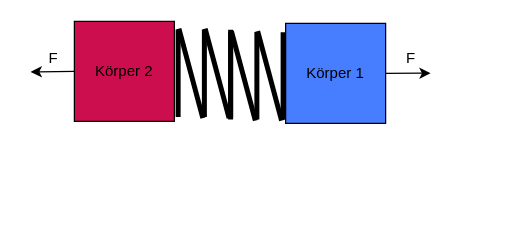
Before: Semesterprojekt/Würfel.drawio in Ilimea/physik, a draw.io diagram. Source tidied: cells renumbered, new cells numbered last; positions are measured from the earlier drawing's top-left corner, leaving out a move shared by most shapes. Both pictures are drawn from the tidied source at 125%, with x=0, y=0 at pixel (30, 21).
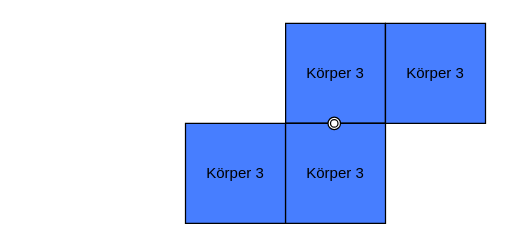
After the change.

Diff of the diagram source:
```diff
@@
-    <mxCell id="2" value="Körper 1" style="whiteSpace=wrap;html=1;colour=blue;fillColor=#477EFF;" parent="1" vertex="1">
-      <mxGeometry x="204" y="1.2" width="80" height="80" as="geometry" />
+    <mxCell id="2" value="Körper 3" style="whiteSpace=wrap;html=1;colour=blue;fillColor=#477EFF;" parent="1" vertex="1">
+      <mxGeometry x="204" y="1.2" width="79.8" height="79.8" as="geometry" />
     </mxCell>
-    <mxCell id="3" value="Körper 2" style="whiteSpace=wrap;html=1;fillColor=#CC0E4E;" parent="1" vertex="1">
-      <mxGeometry x="35" y="-0.4" width="80" height="80" as="geometry" />
-    </mxCell>
-    <mxCell id="4" style="group;" parent="1" vertex="1">
-      <mxGeometry x="113" y="4.2" width="52" height="74.1" as="geometry" />
-    </mxCell>
-    <mxCell id="5" style="line;strokeWidth=4;direction=south;html=1;perimeter=backbonePerimeter;" parent="4" vertex="1">
-      <mxGeometry y="1.9" width="10" height="70" as="geometry" />
-    </mxCell>
-    <mxCell id="6" style="line;strokeWidth=4;direction=west;html=1;perimeter=backbonePerimeter;rotation=75;" parent="4" vertex="1">
-      <mxGeometry x="-21.8" y="32" width="74" height="10" as="geometry" />
-    </mxCell>
-    <mxCell id="7" style="line;strokeWidth=4;direction=south;html=1;perimeter=backbonePerimeter;" parent="4" vertex="1">
-      <mxGeometry x="42" y="2.1" width="10" height="70" as="geometry" />
-    </mxCell>
-    <mxCell id="8" style="line;strokeWidth=4;direction=south;html=1;perimeter=backbonePerimeter;" parent="4" vertex="1">
-      <mxGeometry x="21" y="1.9" width="10" height="70" as="geometry" />
-    </mxCell>
-    <mxCell id="9" style="line;strokeWidth=4;direction=west;html=1;perimeter=backbonePerimeter;rotation=75;" parent="4" vertex="1">
-      <mxGeometry x="-0.8" y="32" width="74" height="10" as="geometry" />
-    </mxCell>
-    <mxCell id="10" style="group;" parent="1" vertex="1">
-      <mxGeometry x="155" y="6.2" width="52" height="74.1" as="geometry" />
-    </mxCell>
-    <mxCell id="11" style="line;strokeWidth=4;direction=south;html=1;perimeter=backbonePerimeter;" parent="10" vertex="1">
-      <mxGeometry y="1.9" width="10" height="70" as="geometry" />
-    </mxCell>
-    <mxCell id="12" style="line;strokeWidth=4;direction=west;html=1;perimeter=backbonePerimeter;rotation=75;" parent="10" vertex="1">
-      <mxGeometry x="-21.8" y="32" width="74" height="10" as="geometry" />
-    </mxCell>
-    <mxCell id="13" style="line;strokeWidth=4;direction=south;html=1;perimeter=backbonePerimeter;" parent="10" vertex="1">
-      <mxGeometry x="42" y="2.1" width="10" height="70" as="geometry" />
-    </mxCell>
-    <mxCell id="14" style="line;strokeWidth=4;direction=south;html=1;perimeter=backbonePerimeter;" parent="10" vertex="1">
-      <mxGeometry x="21" y="1.9" width="10" height="70" as="geometry" />
-    </mxCell>
-    <mxCell id="15" style="line;strokeWidth=4;direction=west;html=1;perimeter=backbonePerimeter;rotation=75;" parent="10" vertex="1">
-      <mxGeometry x="-0.8" y="32" width="74" height="10" as="geometry" />
-    </mxCell>
-    <mxCell id="16" style="endArrow=classic;html=1;exitX=1;exitY=0.5;exitDx=0;exitDy=0;" parent="1" edge="1" source="2">
-      <mxGeometry relative="1" as="geometry">
-        <mxPoint x="320" y="41" as="targetPoint" />
-      </mxGeometry>
-    </mxCell>
-    <mxCell id="17" style="endArrow=classic;html=1;exitX=0;exitY=0.5;exitDx=0;exitDy=0;" parent="1" edge="1" source="3">
-      <mxGeometry relative="1" as="geometry">
-        <mxPoint y="40" as="targetPoint" />
-      </mxGeometry>
-    </mxCell>
-    <mxCell id="18" value="F" style="text;html=1;align=center;verticalAlign=middle;" parent="1" vertex="1">
-      <mxGeometry x="294" y="19" width="20" height="20" as="geometry" />
-    </mxCell>
-    <mxCell id="19" value="F" style="text;html=1;align=center;verticalAlign=middle;" parent="1" vertex="1">
-      <mxGeometry x="8" y="19" width="20" height="20" as="geometry" />
-    </mxCell>
+    <mxCell id="20" value="Körper 3" style="whiteSpace=wrap;html=1;colour=blue;fillColor=#477EFF;" parent="1" vertex="1">
+      <mxGeometry x="203.9" y="81.2" width="80" height="80" as="geometry" />
+    </mxCell>
+    <mxCell id="21" value="Körper 3" style="whiteSpace=wrap;html=1;colour=blue;fillColor=#477EFF;" parent="1" vertex="1">
+      <mxGeometry x="123.9" y="81.2" width="80" height="80" as="geometry" />
+    </mxCell>
+    <mxCell id="22" value="Körper 3" style="whiteSpace=wrap;html=1;colour=blue;fillColor=#477EFF;" parent="1" vertex="1">
+      <mxGeometry x="283.9" y="1.2" width="80" height="80" as="geometry" />
+    </mxCell>
+    <mxCell id="23" style="ellipse;shape=doubleEllipse;whiteSpace=wrap;html=1;" parent="1" vertex="1">
+      <mxGeometry x="237.9" y="76.2" width="10" height="10" as="geometry" />
+    </mxCell>
```
